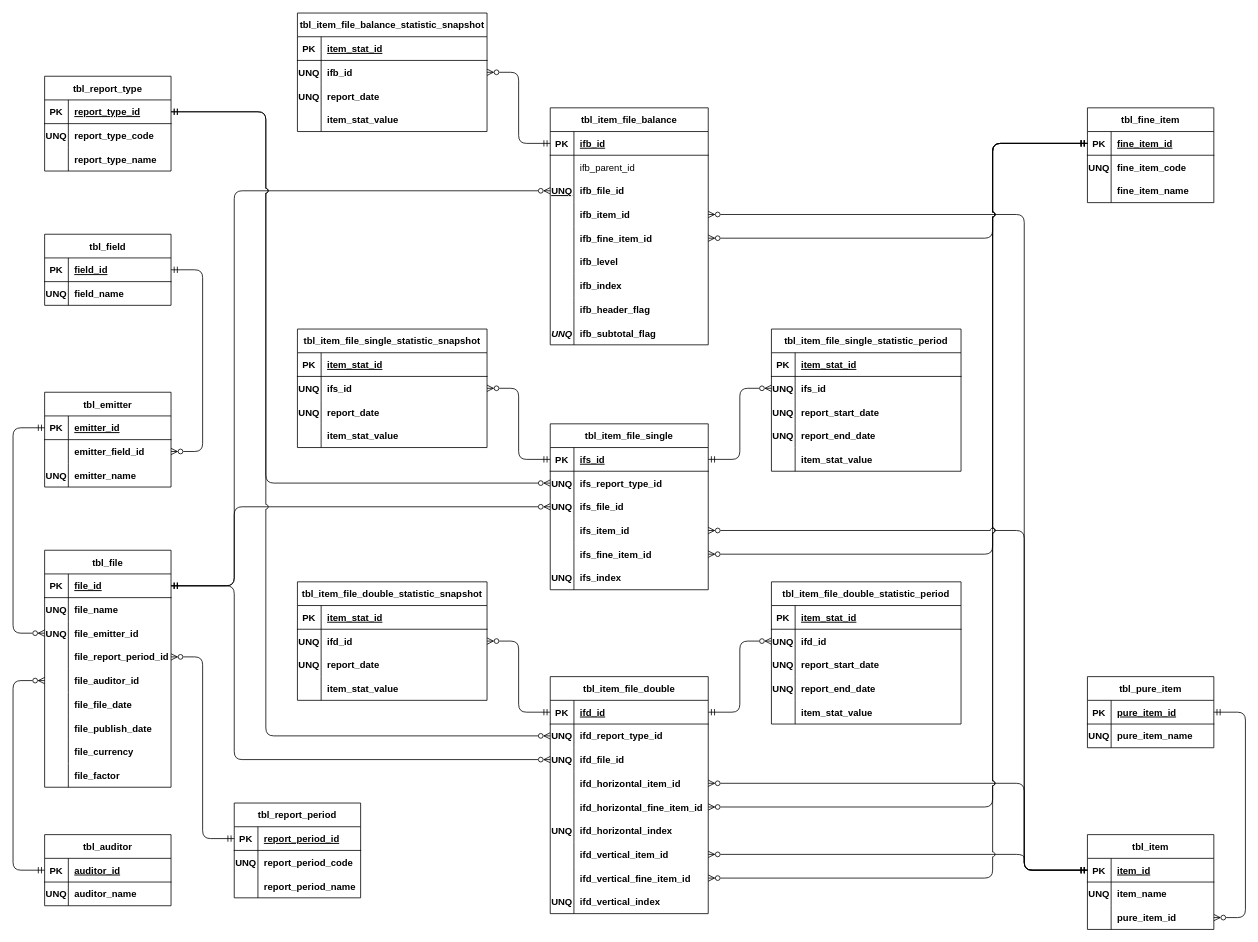
This is page "Page-1" (1 of 2) of diagram/fs_code.drawio from pw095/Ashutor, a draw.io file, before an edit. Source tidied: cells renumbered, new cells numbered last; positions are measured from the earlier drawing's top-left corner, leaving out a move shared by most shapes. Both pictures are drawn from the tidied source at 79%, with x=0, y=0 at pixel (13, 13).
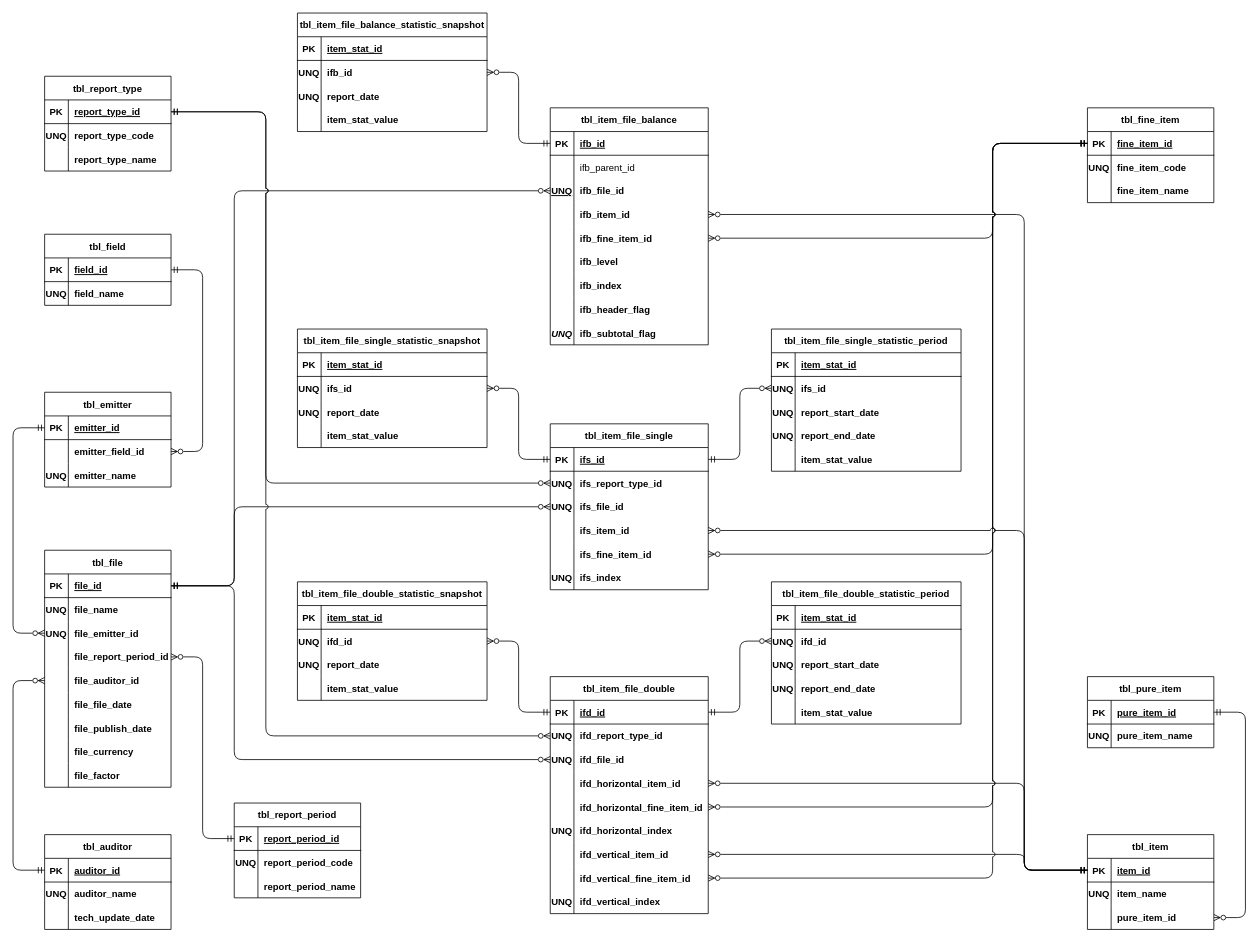
After the change.

Commit message (it also covers changes not shown here):
Добавить tech_update_date в INSERT

Change to the diagram source:
```diff
@@
     <mxCell id="251" value="tbl_auditor" style="shape=table;startSize=30;childLayout=tableLayout;rowLines=0;fontStyle=1;align=center;" parent="1" vertex="1">
-      <mxGeometry x="40" y="1040" width="160" height="90" as="geometry" />
+      <mxGeometry x="40" y="1040" width="160" height="120" as="geometry" />
     </mxCell>
@@
+    <mxCell id="270" style="shape=partialRectangle;fillColor=none;top=0;left=0;bottom=0;right=0;" parent="251" vertex="1">
+      <mxGeometry y="90" width="160" height="30" as="geometry" />
+    </mxCell>
+    <mxCell id="271" style="shape=partialRectangle;fillColor=none;top=0;left=0;bottom=0;right=0;overflow=hidden;fontStyle=1;" parent="270" vertex="1">
+      <mxGeometry width="30" height="30" as="geometry" />
+    </mxCell>
+    <mxCell id="272" value="tech_update_date" style="shape=partialRectangle;fillColor=none;top=0;left=0;bottom=0;right=0;align=left;spacingLeft=6;overflow=hidden;fontStyle=1;" parent="270" vertex="1">
+      <mxGeometry x="30" width="130" height="30" as="geometry" />
+    </mxCell>
```
